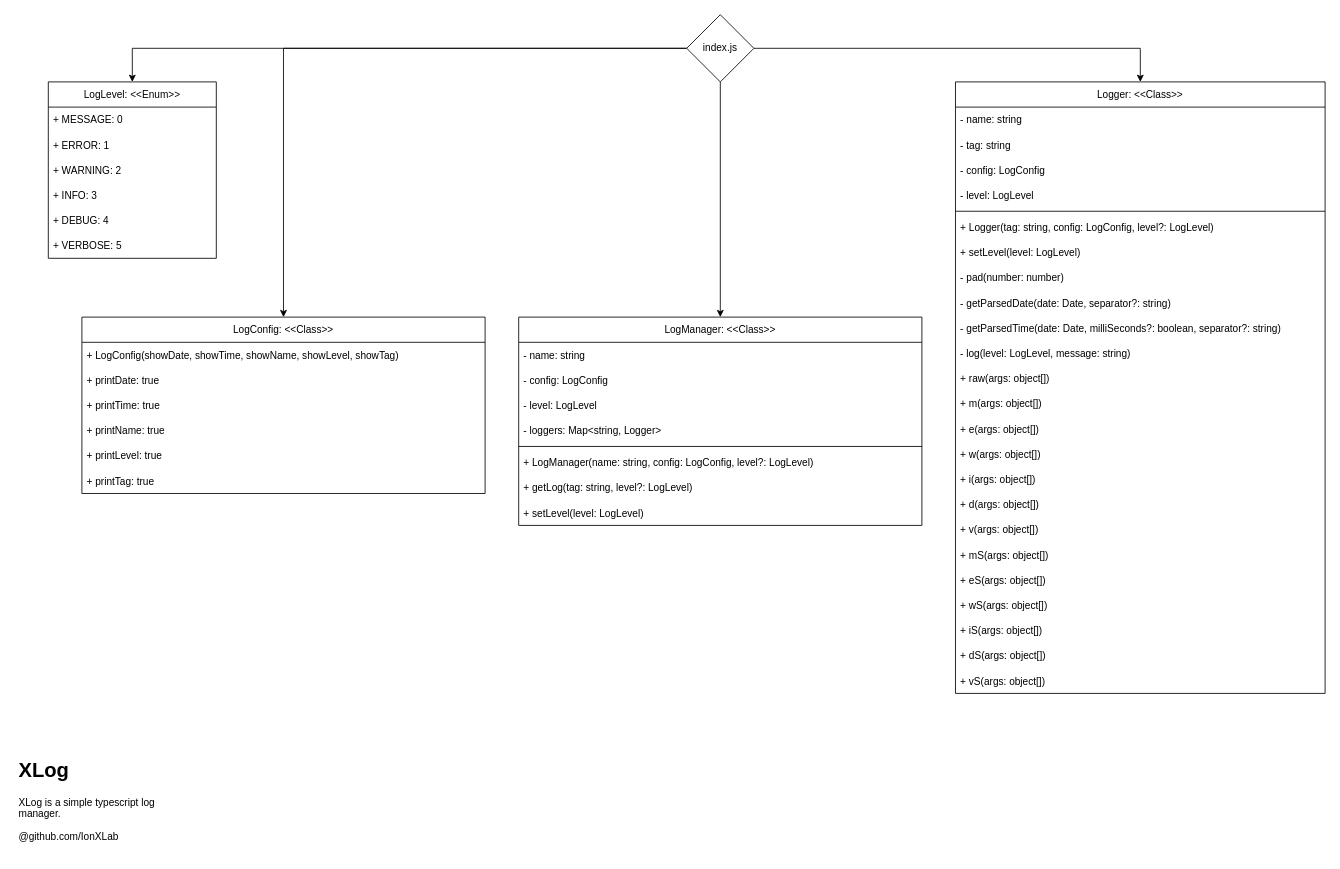
Above: docs/diagram.drawio in ionxlab/xlog-ts (draw.io), before the change. Source tidied: cells renumbered, new cells numbered last; positions are measured from the earlier drawing's top-left corner, leaving out a move shared by most shapes. Both pictures are drawn from the tidied source at 84%, with x=0, y=0 at pixel (14, 14).
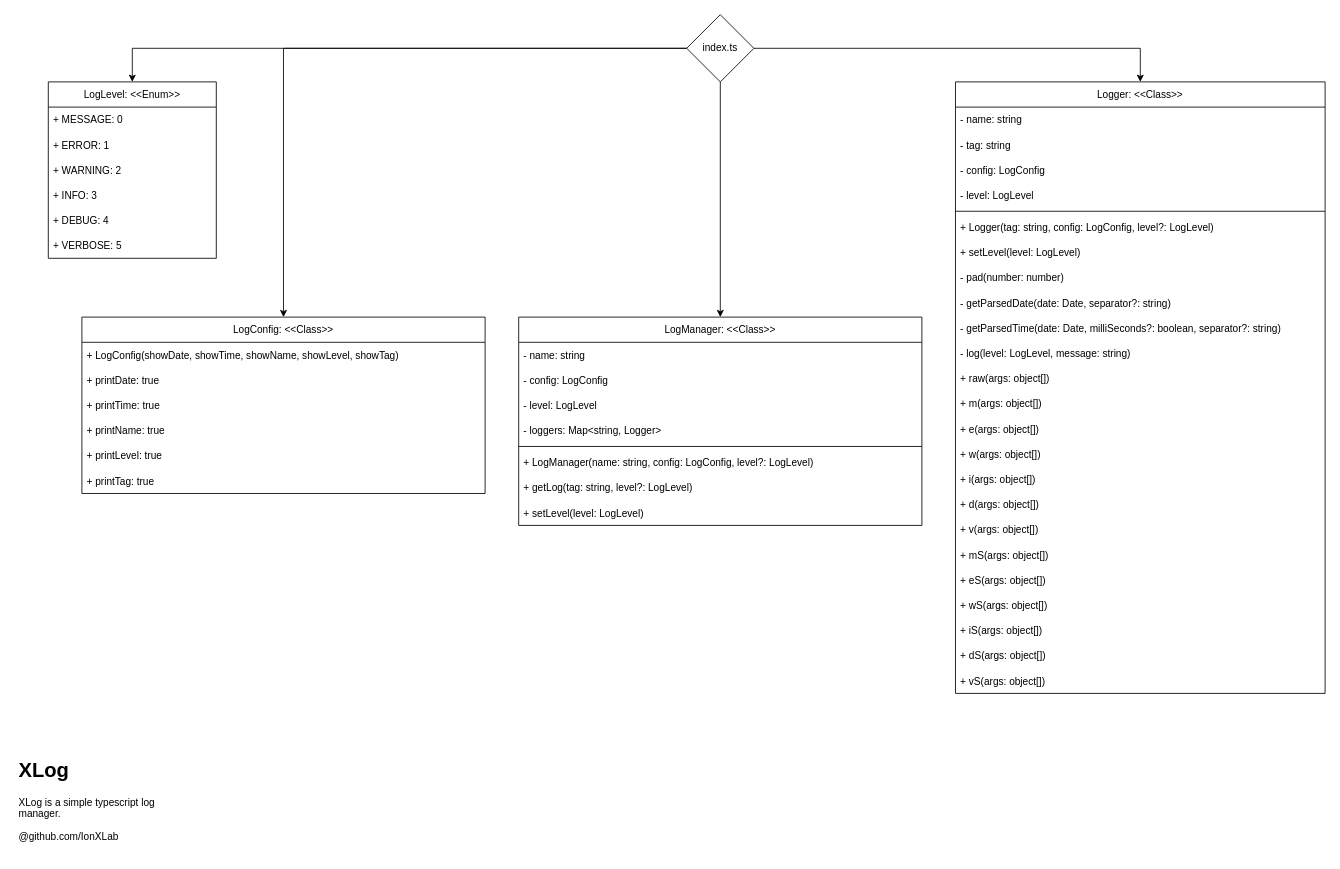
After the change.

Commit message:
Fix a typo in diagram

The edit, as a diff of the source:
```diff
@@
-    <mxCell id="54" value="index.js" style="rhombus;whiteSpace=wrap;html=1;" parent="1" vertex="1">
+    <mxCell id="54" value="index.ts" style="rhombus;whiteSpace=wrap;html=1;" parent="1" vertex="1">
       <mxGeometry x="800" width="80" height="80" as="geometry" />
     </mxCell>
```
